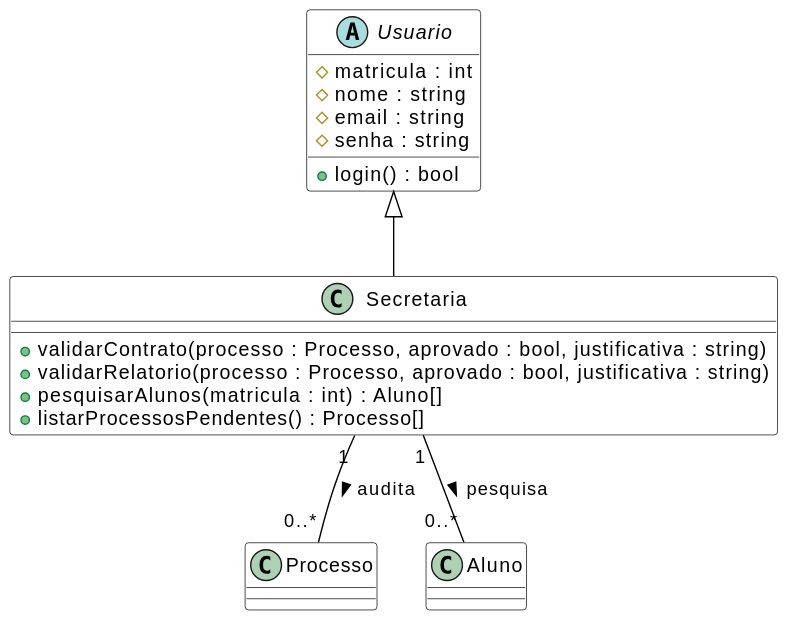
The PlantUML diagram docs/assets/Diagramas/out/diagrama_classes_secretaria.svg in Projetos-de-Extensao/PBE_26.1_8002_III, before a commit.
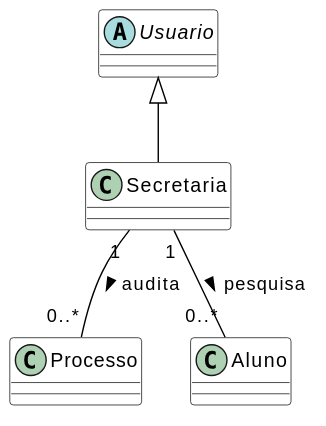
After the commit.

Commit message:
docs: corrigindo a besteira da IA no diagrama de classes

Diff of the diagram source:
```diff
@@ -6,18 +6,9 @@
 }
 
 abstract class Usuario {
-# matricula : int
-# nome : string
-# email : string
-# senha : string
-+ login() : bool
 }
 
 class Secretaria extends Usuario {
-+ validarContrato(processo : Processo, aprovado : bool, justificativa : string)
-+ validarRelatorio(processo : Processo, aprovado : bool, justificativa : string)
-+ pesquisarAlunos(matricula : int) : Aluno[]
-+ listarProcessosPendentes() : Processo[]
 }
 
 class Processo {
```
